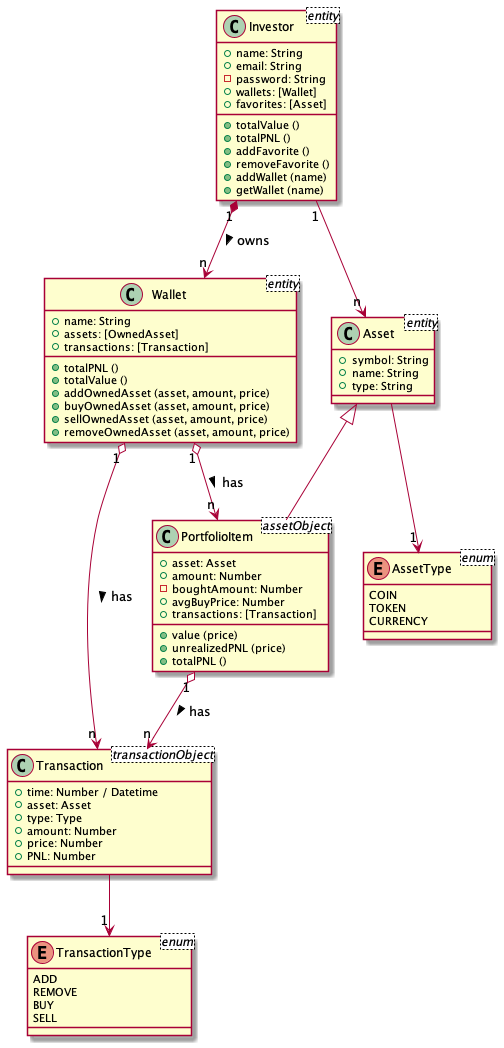
Before: class_diagram/ClassDiagram.png, a diagram exported from PlantUML (urtuba/spot-portfolio-tracker). The source it was exported from:
```plantuml
@startuml ClassDiagram

class Investor <entity>{
    + name: String
    + email: String
    - password: String
    + wallets: [Wallet]
    + favorites: [Asset]
    + totalValue ()
    + totalPNL ()
    + addFavorite ()
    + removeFavorite ()
    + addWallet (name)
    + getWallet (name)
}

class Wallet <entity> {
    + name: String
    + assets: [OwnedAsset]
    + transactions: [Transaction]
    + totalPNL ()
    + totalValue ()
    + addOwnedAsset (asset, amount, price)
    + buyOwnedAsset (asset, amount, price)
    + sellOwnedAsset (asset, amount, price)
    + removeOwnedAsset (asset, amount, price)
}

class Asset <entity> {
    + symbol: String
    + name: String
    + type: String
}

class PortfolioItem <assetObject> {
    + asset: Asset
    + amount: Number
    - boughtAmount: Number
    + avgBuyPrice: Number
    + transactions: [Transaction]
    + value (price)
    + unrealizedPNL (price)
    + totalPNL ()
}

class Transaction <transactionObject> {
    + time: Number / Datetime
    + asset: Asset
    + type: Type
    + amount: Number
    + price: Number
    + PNL: Number
}

enum AssetType <enum> {
    COIN
    TOKEN
    CURRENCY
}

enum TransactionType <enum> {
    ADD
    REMOVE
    BUY
    SELL
}

Wallet "n" <-UP-* "1" Investor: owns <
Asset <|-- PortfolioItem
PortfolioItem "1" o--> "n" Transaction: has >
Wallet "1" o--> "n" Transaction: has >
Wallet "1" o--> "n" PortfolioItem: has >
Asset  --> "1" AssetType
Transaction --> "1" TransactionType
Investor "1" --> "n" Asset


@enduml
```
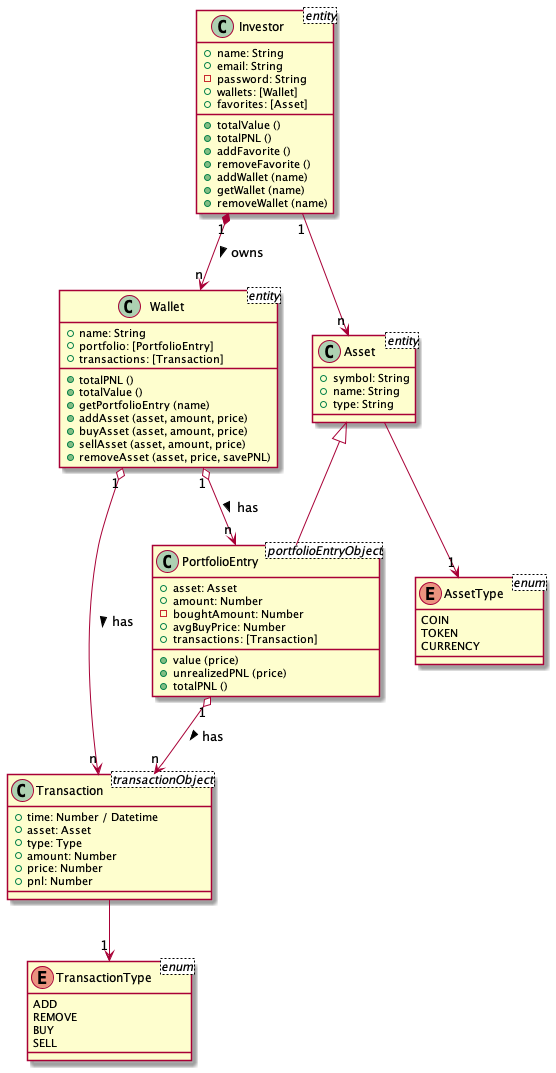
Above is the later version.

Commit message:
Update class diagram

The edit, as a diff of the source:
```diff
@@ -12,18 +12,20 @@
     + removeFavorite ()
     + addWallet (name)
     + getWallet (name)
+    + removeWallet (name)
 }
 
 class Wallet <entity> {
     + name: String
-    + assets: [OwnedAsset]
+    + portfolio: [PortfolioEntry]
     + transactions: [Transaction]
     + totalPNL ()
     + totalValue ()
-    + addOwnedAsset (asset, amount, price)
-    + buyOwnedAsset (asset, amount, price)
-    + sellOwnedAsset (asset, amount, price)
-    + removeOwnedAsset (asset, amount, price)
+    + getPortfolioEntry (name)
+    + addAsset (asset, amount, price)
+    + buyAsset (asset, amount, price)
+    + sellAsset (asset, amount, price)
+    + removeAsset (asset, price, savePNL)
 }
 
 class Asset <entity> {
@@ -32,7 +34,7 @@
     + type: String
 }
 
-class PortfolioItem <assetObject> {
+class PortfolioEntry <portfolioEntryObject> {
     + asset: Asset
     + amount: Number
     - boughtAmount: Number
@@ -49,7 +51,7 @@
     + type: Type
     + amount: Number
     + price: Number
-    + PNL: Number
+    + pnl: Number
 }
 
 enum AssetType <enum> {
@@ -66,10 +68,10 @@
 }
 
 Wallet "n" <-UP-* "1" Investor: owns <
-Asset <|-- PortfolioItem
-PortfolioItem "1" o--> "n" Transaction: has >
+Asset <|-- PortfolioEntry
+PortfolioEntry "1" o--> "n" Transaction: has >
 Wallet "1" o--> "n" Transaction: has >
-Wallet "1" o--> "n" PortfolioItem: has >
+Wallet "1" o--> "n" PortfolioEntry: has >
 Asset  --> "1" AssetType
 Transaction --> "1" TransactionType
 Investor "1" --> "n" Asset
```
